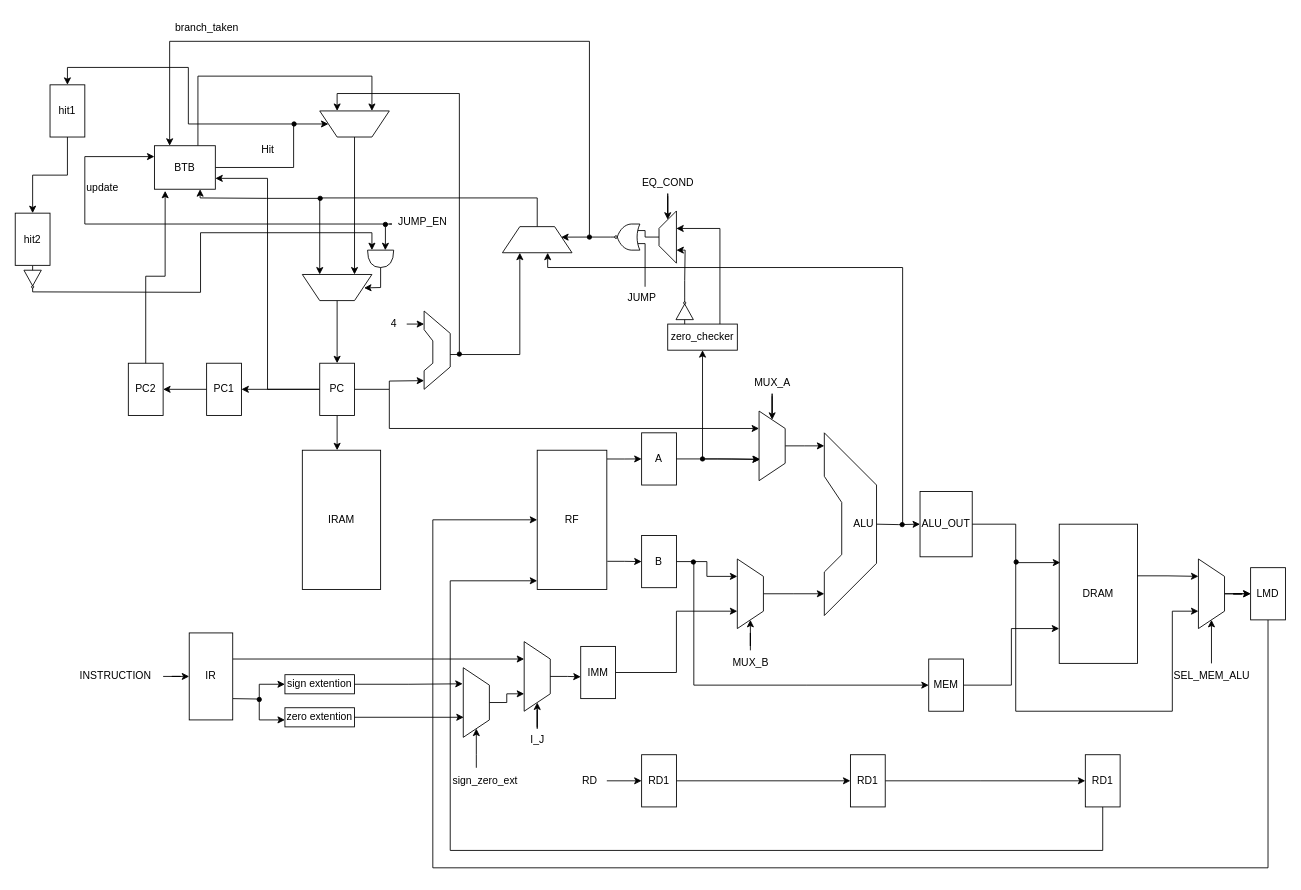
Before: dlx.drawio in Luca-002/dlx, a draw.io diagram. Source tidied: cells renumbered, new cells numbered last; positions are measured from the earlier drawing's top-left corner, leaving out a move shared by most shapes. Both pictures are drawn from the tidied source at 87%, with x=0, y=0 at pixel (15, 15).
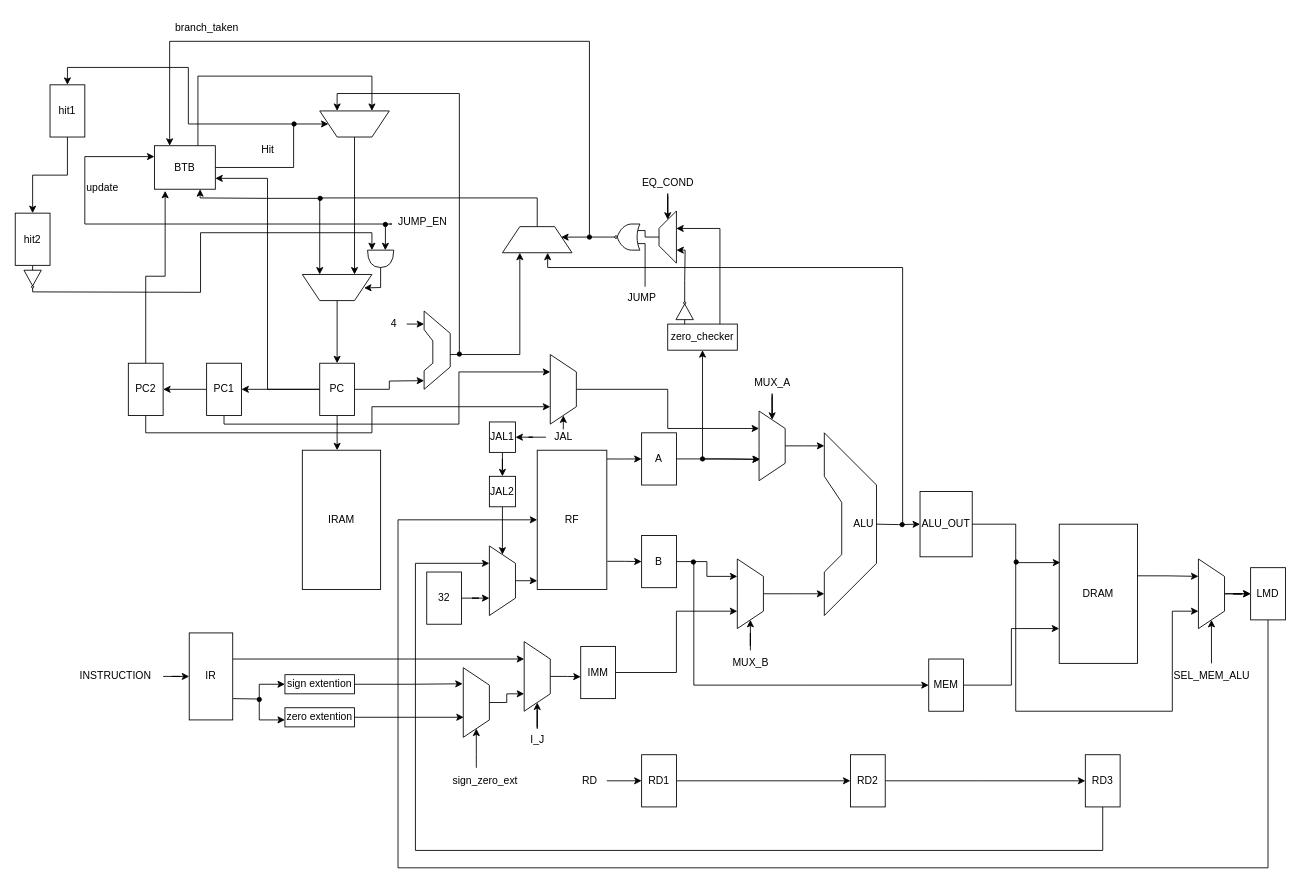
Above is the later version.

The change refers to these unchanged cells:
```xml
<mxCell id="5" value="RF" style="whiteSpace=wrap;html=1;" parent="1" vertex="1">
  <mxGeometry x="600" y="500" width="80" height="160" as="geometry" />
</mxCell>
<mxCell id="58" value="LMD" style="whiteSpace=wrap;html=1;" parent="1" vertex="1">
  <mxGeometry x="1420" y="635" width="40" height="60" as="geometry" />
</mxCell>
<mxCell id="72" style="shape=trapezoid;perimeter=trapezoidPerimeter;whiteSpace=wrap;html=1;fixedSize=1;rotation=90;" parent="1" vertex="1">
  <mxGeometry x="830" y="480" width="80" height="30" as="geometry" />
</mxCell>
<mxCell id="108" value="PC1" style="whiteSpace=wrap;html=1;" parent="1" vertex="1">
  <mxGeometry x="220" y="400" width="40" height="60" as="geometry" />
</mxCell>
<mxCell id="109" value="PC2" style="whiteSpace=wrap;html=1;" parent="1" vertex="1">
  <mxGeometry x="130" y="400" width="40" height="60" as="geometry" />
</mxCell>
```

Change to the diagram source:
```diff
@@
-    <mxCell id="47" value="RD1" style="whiteSpace=wrap;html=1;" parent="1" vertex="1">
+    <mxCell id="47" value="RD2" style="whiteSpace=wrap;html=1;" parent="1" vertex="1">
       <mxGeometry x="960" y="850" width="40" height="60" as="geometry" />
     </mxCell>
-    <mxCell id="48" value="RD1" style="whiteSpace=wrap;html=1;" parent="1" vertex="1">
+    <mxCell id="48" value="RD3" style="whiteSpace=wrap;html=1;" parent="1" vertex="1">
       <mxGeometry x="1230" y="850" width="40" height="60" as="geometry" />
     </mxCell>
-    <mxCell id="49" style="edgeStyle=orthogonalEdgeStyle;rounded=0;jettySize=auto;html=1;entryX=0;entryY=0.938;entryDx=0;entryDy=0;entryPerimeter=0;" parent="1" edge="1" source="48" target="5">
+    <mxCell id="49" style="edgeStyle=orthogonalEdgeStyle;rounded=0;jettySize=auto;html=1;entryX=0.25;entryY=1;entryDx=0;entryDy=0;" parent="1" edge="1" source="48" target="149">
       <mxGeometry relative="1" as="geometry">
         <Array as="points">
           <mxPoint x="1250" y="960" />
-          <mxPoint x="500" y="960" />
-          <mxPoint x="500" y="650" />
+          <mxPoint x="460" y="960" />
+          <mxPoint x="460" y="630" />
         </Array>
       </mxGeometry>
     </mxCell>
@@
     <mxCell id="57" style="edgeStyle=orthogonalEdgeStyle;rounded=0;jettySize=auto;html=1;entryX=0;entryY=0.5;entryDx=0;entryDy=0;" parent="1" edge="1" source="58" target="5">
       <mxGeometry relative="1" as="geometry">
         <Array as="points">
           <mxPoint x="1440" y="980" />
-          <mxPoint x="480" y="980" />
-          <mxPoint x="480" y="580" />
+          <mxPoint x="440" y="980" />
+          <mxPoint x="440" y="580" />
         </Array>
       </mxGeometry>
     </mxCell>
@@
-    <mxCell id="73" style="endArrow=classic;html=1;rounded=0;entryX=0.25;entryY=1;entryDx=0;entryDy=0;" parent="1" edge="1" target="72">
-      <mxGeometry relative="1" as="geometry">
-        <mxPoint x="430" y="430" as="sourcePoint" />
-        <Array as="points">
-          <mxPoint x="430" y="475" />
-        </Array>
-      </mxGeometry>
-    </mxCell>
@@
+    <mxCell id="145" style="edgeStyle=orthogonalEdgeStyle;rounded=0;jettySize=auto;html=1;entryX=0.25;entryY=1;entryDx=0;entryDy=0;" parent="1" edge="1" source="108" target="152">
+      <mxGeometry relative="1" as="geometry">
+        <Array as="points">
+          <mxPoint x="240" y="470" />
+          <mxPoint x="510" y="470" />
+          <mxPoint x="510" y="410" />
+        </Array>
+      </mxGeometry>
+    </mxCell>
@@
+    <mxCell id="146" style="edgeStyle=orthogonalEdgeStyle;rounded=0;jettySize=auto;html=1;entryX=0.75;entryY=1;entryDx=0;entryDy=0;" parent="1" edge="1" source="109" target="152">
+      <mxGeometry relative="1" as="geometry">
+        <Array as="points">
+          <mxPoint x="150" y="480" />
+          <mxPoint x="410" y="480" />
+          <mxPoint x="410" y="450" />
+        </Array>
+      </mxGeometry>
+    </mxCell>
@@
+    <mxCell id="147" style="edgeStyle=orthogonalEdgeStyle;rounded=0;jettySize=auto;html=1;entryX=0.75;entryY=1;entryDx=0;entryDy=0;" parent="1" edge="1" source="148" target="149">
+      <mxGeometry relative="1" as="geometry" />
+    </mxCell>
+    <mxCell id="148" value="32" style="whiteSpace=wrap;html=1;" parent="1" vertex="1">
+      <mxGeometry x="473" y="640" width="40" height="60" as="geometry" />
+    </mxCell>
+    <mxCell id="149" style="shape=trapezoid;perimeter=trapezoidPerimeter;whiteSpace=wrap;html=1;fixedSize=1;rotation=90;" parent="1" vertex="1">
+      <mxGeometry x="520" y="635" width="80" height="30" as="geometry" />
+    </mxCell>
+    <mxCell id="150" style="edgeStyle=orthogonalEdgeStyle;rounded=0;jettySize=auto;html=1;entryX=0;entryY=0.938;entryDx=0;entryDy=0;entryPerimeter=0;" parent="1" edge="1" source="149" target="5">
+      <mxGeometry relative="1" as="geometry" />
+    </mxCell>
+    <mxCell id="151" style="edgeStyle=orthogonalEdgeStyle;rounded=0;jettySize=auto;html=1;entryX=0.25;entryY=1;entryDx=0;entryDy=0;" parent="1" edge="1" source="152" target="72">
+      <mxGeometry relative="1" as="geometry" />
+    </mxCell>
+    <mxCell id="152" style="shape=trapezoid;perimeter=trapezoidPerimeter;whiteSpace=wrap;html=1;fixedSize=1;rotation=90;" parent="1" vertex="1">
+      <mxGeometry x="590" y="415" width="80" height="30" as="geometry" />
+    </mxCell>
+    <mxCell id="153" style="edgeStyle=orthogonalEdgeStyle;rounded=0;jettySize=auto;html=1;entryX=1;entryY=0.5;entryDx=0;entryDy=0;" parent="1" edge="1" target="152">
+      <mxGeometry relative="1" as="geometry">
+        <mxPoint x="630" y="476" as="sourcePoint" />
+      </mxGeometry>
+    </mxCell>
+    <mxCell id="154" style="edgeStyle=orthogonalEdgeStyle;rounded=0;jettySize=auto;html=1;entryX=1;entryY=0.5;entryDx=0;entryDy=0;" parent="1" edge="1" source="155" target="157">
+      <mxGeometry relative="1" as="geometry" />
+    </mxCell>
+    <mxCell id="155" value="JAL" style="text;html=1;align=center;verticalAlign=middle;points=[];strokeColor=none;fillColor=none;" parent="1" vertex="1">
+      <mxGeometry x="610" y="470" width="40" height="30" as="geometry" />
+    </mxCell>
+    <mxCell id="156" style="edgeStyle=orthogonalEdgeStyle;rounded=0;jettySize=auto;html=1;" parent="1" edge="1" source="157" target="159">
+      <mxGeometry relative="1" as="geometry" />
+    </mxCell>
+    <mxCell id="157" value="JAL1" style="whiteSpace=wrap;html=1;" parent="1" vertex="1">
+      <mxGeometry x="545" y="467.5" width="30" height="35" as="geometry" />
+    </mxCell>
+    <mxCell id="158" style="edgeStyle=orthogonalEdgeStyle;rounded=0;jettySize=auto;html=1;entryX=0;entryY=0.5;entryDx=0;entryDy=0;" parent="1" edge="1" source="159" target="149">
+      <mxGeometry relative="1" as="geometry" />
+    </mxCell>
+    <mxCell id="159" value="JAL2" style="whiteSpace=wrap;html=1;" parent="1" vertex="1">
+      <mxGeometry x="545" y="530" width="30" height="35" as="geometry" />
+    </mxCell>
```
